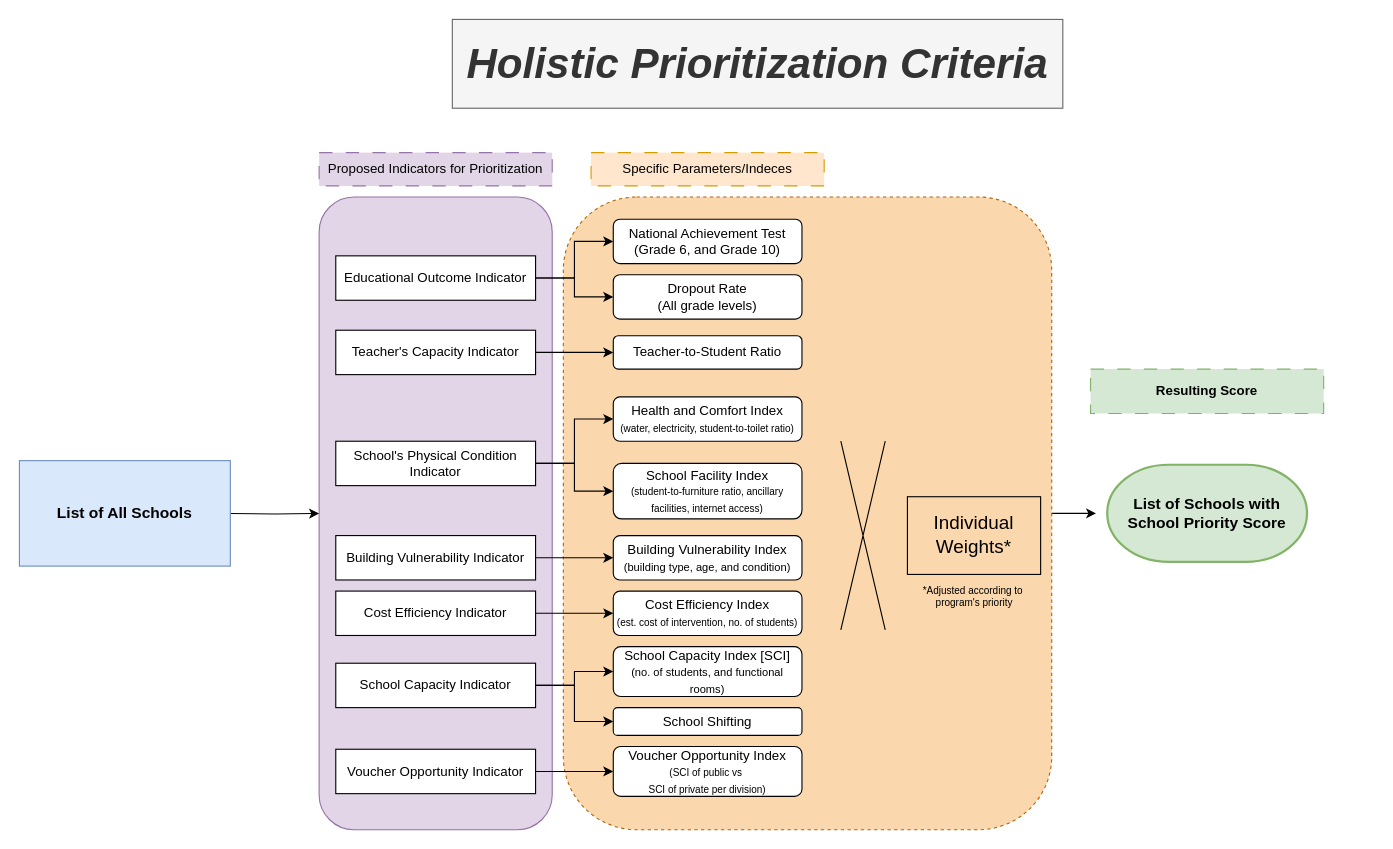
Earlier version of the draw.io diagram page "General prioritization" (1 of 2) of EFD Prioritization.drawio (jnlawrence/DepEd_scripts). Source tidied: cells renumbered, new cells numbered last; positions are measured from the earlier drawing's top-left corner, leaving out a move shared by most shapes. Both pictures are drawn from the tidied source at 111%, with x=0, y=0 at pixel (19, 19).
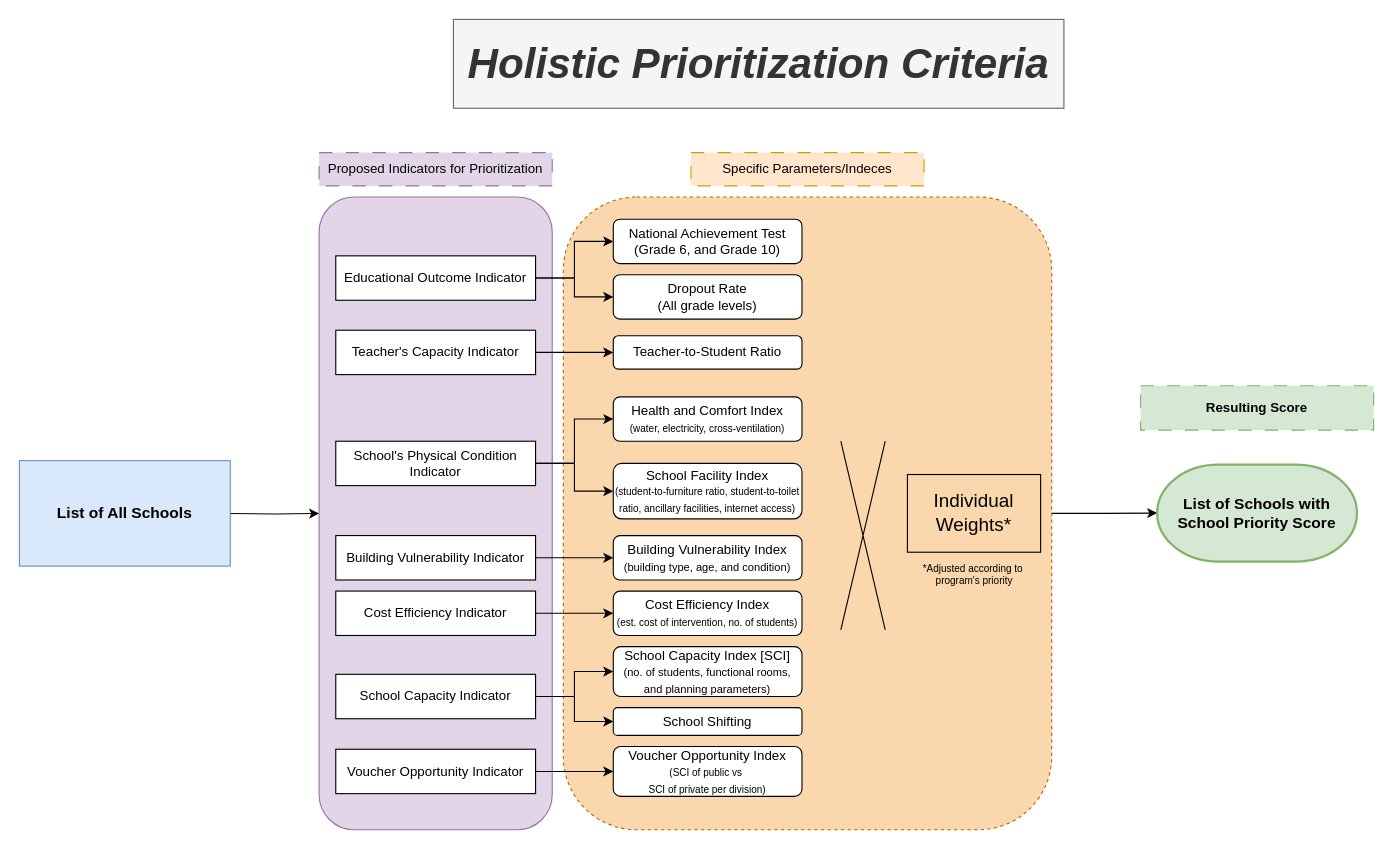
Above is the later version.

The change refers to these unchanged cells:
```xml
<mxCell id="4" style="rounded=1;whiteSpace=wrap;html=1;dashed=1;fillColor=#fad7ac;strokeColor=#b46504;" parent="1" vertex="1">
  <mxGeometry x="490" y="160" width="440" height="570" as="geometry" />
</mxCell>
```

What changed in the source:
```diff
@@
-    <mxCell id="3" style="edgeStyle=orthogonalEdgeStyle;rounded=0;jettySize=auto;html=1;" parent="1" edge="1" source="4">
-      <mxGeometry relative="1" as="geometry">
-        <mxPoint x="970" y="445" as="targetPoint" />
-      </mxGeometry>
+    <mxCell id="3" style="edgeStyle=orthogonalEdgeStyle;rounded=0;jettySize=auto;html=1;entryX=0;entryY=0.5;entryDx=0;entryDy=0;entryPerimeter=0;" parent="1" edge="1" source="4" target="37">
+      <mxGeometry relative="1" as="geometry" />
     </mxCell>
@@
     <mxCell id="20" value="School Capacity Indicator" style="rounded=0;whiteSpace=wrap;html=1;glass=0;fontStyle=0;spacing=5;" parent="1" vertex="1">
-      <mxGeometry x="285" y="580" width="180" height="40" as="geometry" />
+      <mxGeometry x="285" y="590" width="180" height="40" as="geometry" />
     </mxCell>
@@
-    <mxCell id="26" value="Health and Comfort Index&lt;br&gt;&lt;font style=&quot;font-size: 9px;&quot;&gt;(water, electricity, student-to-toilet ratio)&lt;/font&gt;" style="rounded=1;whiteSpace=wrap;html=1;" parent="1" vertex="1">
+    <mxCell id="26" value="Health and Comfort Index&lt;br&gt;&lt;font style=&quot;font-size: 9px;&quot;&gt;(water, electricity, cross-ventilation)&lt;/font&gt;" style="rounded=1;whiteSpace=wrap;html=1;" parent="1" vertex="1">
       <mxGeometry x="535" y="340" width="170" height="40" as="geometry" />
     </mxCell>
-    <mxCell id="27" value="School Facility Index&lt;br&gt;&lt;font style=&quot;font-size: 9px;&quot;&gt;(student-to-furniture ratio, ancillary facilities, internet access)&lt;/font&gt;" style="rounded=1;whiteSpace=wrap;html=1;" parent="1" vertex="1">
+    <mxCell id="27" value="School Facility Index&lt;br&gt;&lt;font style=&quot;font-size: 9px;&quot;&gt;(student-to-furniture ratio, student-to-toilet ratio, ancillary facilities, internet access)&lt;/font&gt;" style="rounded=1;whiteSpace=wrap;html=1;" parent="1" vertex="1">
       <mxGeometry x="535" y="400" width="170" height="50" as="geometry" />
     </mxCell>
@@
-    <mxCell id="30" value="School Capacity Index [SCI]&lt;div&gt;&lt;font style=&quot;font-size: 10px;&quot;&gt;(no. of students, and functional rooms)&lt;/font&gt;&lt;/div&gt;" style="rounded=1;whiteSpace=wrap;html=1;" parent="1" vertex="1">
+    <mxCell id="30" value="School Capacity Index [SCI]&lt;div&gt;&lt;font style=&quot;font-size: 10px;&quot;&gt;(no. of students, functional rooms, and planning parameters)&lt;/font&gt;&lt;/div&gt;" style="rounded=1;whiteSpace=wrap;html=1;" parent="1" vertex="1">
       <mxGeometry x="535" y="565" width="170" height="45" as="geometry" />
     </mxCell>
@@
     <mxCell id="33" value="Specific Parameters/Indeces" style="text;html=1;align=center;verticalAlign=middle;whiteSpace=wrap;rounded=0;dashed=1;dashPattern=12 12;strokeColor=#d79b00;fillColor=#ffe6cc;" parent="1" vertex="1">
-      <mxGeometry x="515" y="120" width="210" height="30" as="geometry" />
+      <mxGeometry x="605" y="120" width="210" height="30" as="geometry" />
     </mxCell>
@@
     <mxCell id="35" value="&lt;div&gt;&lt;span style=&quot;font-size: 17px; background-color: transparent; color: light-dark(rgb(0, 0, 0), rgb(255, 255, 255));&quot;&gt;Individual&lt;/span&gt;&lt;/div&gt;&lt;div&gt;&lt;font style=&quot;font-size: 17px;&quot;&gt;Weights*&lt;/font&gt;&lt;/div&gt;" style="text;html=1;align=center;verticalAlign=middle;whiteSpace=wrap;rounded=0;strokeColor=default;" parent="1" vertex="1">
-      <mxGeometry x="800" y="430" width="120" height="70" as="geometry" />
+      <mxGeometry x="800" y="410" width="120" height="70" as="geometry" />
     </mxCell>
     <mxCell id="36" value="Resulting Score" style="text;html=1;align=center;verticalAlign=middle;whiteSpace=wrap;rounded=0;dashed=1;dashPattern=12 12;strokeColor=#82b366;fillColor=#d5e8d4;fontStyle=1;" parent="1" vertex="1">
-      <mxGeometry x="965" y="315" width="210" height="40" as="geometry" />
+      <mxGeometry x="1010" y="330" width="210" height="40" as="geometry" />
     </mxCell>
     <mxCell id="37" value="&lt;div&gt;List of Schools with&lt;/div&gt;School Priority Score" style="strokeWidth=2;html=1;shape=mxgraph.flowchart.terminator;whiteSpace=wrap;fontStyle=1;fillColor=#d5e8d4;strokeColor=#82b366;fontSize=14;" parent="1" vertex="1">
-      <mxGeometry x="980" y="401.2" width="180" height="87.5" as="geometry" />
+      <mxGeometry x="1025" y="401" width="180" height="87.5" as="geometry" />
     </mxCell>
@@
     <mxCell id="40" value="*Adjusted according to&amp;nbsp;&lt;div&gt;program's priority&lt;/div&gt;" style="text;html=1;align=center;verticalAlign=middle;strokeColor=none;fillColor=none;fontSize=9;" parent="1" vertex="1">
-      <mxGeometry x="800" y="500" width="120" height="40" as="geometry" />
+      <mxGeometry x="800" y="480" width="120" height="40" as="geometry" />
     </mxCell>
     <mxCell id="41" value="&lt;font style=&quot;font-size: 38px;&quot;&gt;&lt;b&gt;&lt;i&gt;Holistic Prioritization Criteria&lt;/i&gt;&lt;/b&gt;&lt;/font&gt;" style="text;html=1;align=center;verticalAlign=middle;whiteSpace=wrap;rounded=0;fillColor=#f5f5f5;fontColor=#333333;strokeColor=#666666;" parent="1" vertex="1">
-      <mxGeometry x="390" width="550" height="80" as="geometry" />
+      <mxGeometry x="391" width="550" height="80" as="geometry" />
     </mxCell>
```
